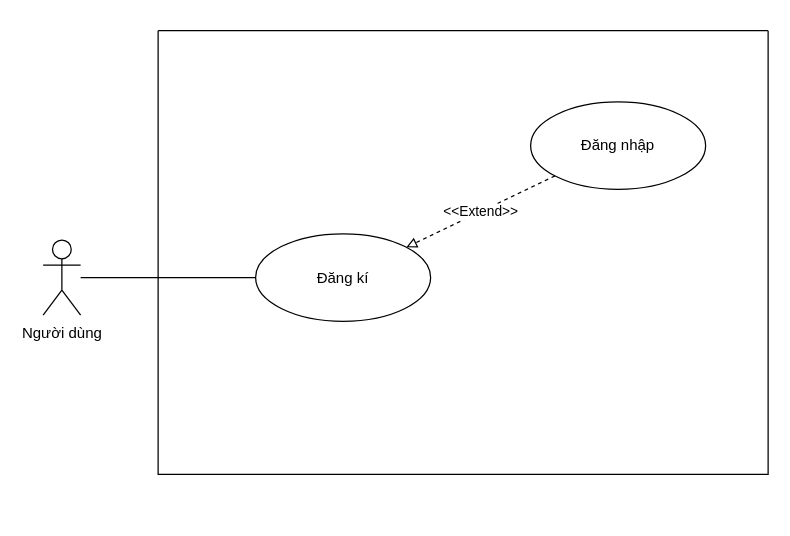
Above: Nam3_HK1/CNPM_SoftTech/Usecase Diagrams/UD_1_SignUp.drawio in EdgarIgnite16/SGU-Course (draw.io), before the change. Source tidied: cells renumbered, new cells numbered last; positions are measured from the earlier drawing's top-left corner, leaving out a move shared by most shapes. Both pictures are drawn from the tidied source at 125%, with x=0, y=0 at pixel (42, 30).
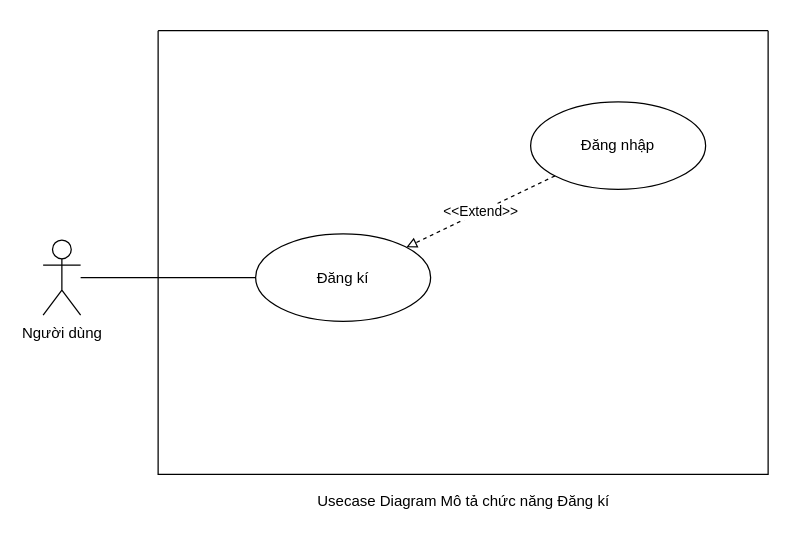
The same diagram, later.

The edit, as a diff of the source:
```diff
@@
 <mxGraphModel>
   <root>
     <mxCell id="0" />
     <mxCell id="1" parent="0" />
     <mxCell id="2" style="rounded=0;jettySize=auto;html=1;endArrow=none;endFill=0;" parent="1" edge="1" source="3" target="5">
       <mxGeometry relative="1" as="geometry" />
     </mxCell>
     <mxCell id="3" value="Người dùng" style="shape=umlActor;verticalLabelPosition=bottom;verticalAlign=top;html=1;outlineConnect=0;" parent="1" vertex="1">
       <mxGeometry y="167.5" width="30" height="60" as="geometry" />
     </mxCell>
     <mxCell id="4" style="swimlane;startSize=0;" parent="1" vertex="1">
       <mxGeometry x="92" width="488" height="355" as="geometry" />
     </mxCell>
     <mxCell id="5" value="Đăng kí" style="ellipse;whiteSpace=wrap;html=1;" parent="4" vertex="1">
       <mxGeometry x="78" y="162.5" width="140" height="70" as="geometry" />
     </mxCell>
     <mxCell id="6" value="&amp;lt;&amp;lt;Extend&amp;gt;&amp;gt;" style="jettySize=auto;html=1;strokeColor=default;rounded=0;dashed=1;endArrow=block;endFill=0;" parent="4" edge="1" source="7" target="5">
       <mxGeometry relative="1" as="geometry" />
     </mxCell>
     <mxCell id="7" value="Đăng nhập" style="ellipse;whiteSpace=wrap;html=1;" parent="4" vertex="1">
       <mxGeometry x="298" y="57" width="140" height="70" as="geometry" />
     </mxCell>
     <mxCell id="8" style="edgeStyle=none;rounded=0;orthogonalLoop=1;jettySize=auto;html=1;exitX=0.5;exitY=0;exitDx=0;exitDy=0;dashed=1;strokeColor=default;" parent="1" edge="1" source="4" target="4">
       <mxGeometry relative="1" as="geometry" />
     </mxCell>
+    <mxCell id="9" value="Usecase Diagram Mô tả chức năng Đăng kí" style="text;html=1;align=center;verticalAlign=middle;strokeColor=none;fillColor=none;" parent="1" vertex="1">
+      <mxGeometry x="211" y="367" width="250" height="20" as="geometry" />
+    </mxCell>
   </root>
 </mxGraphModel>
```
